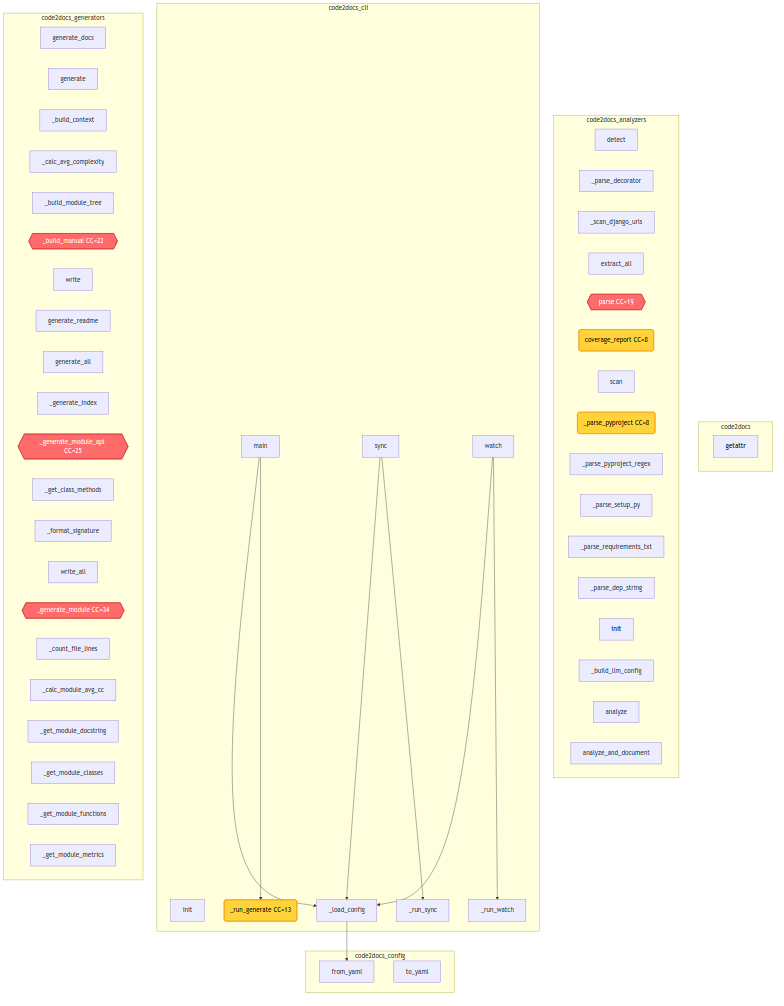
This is project/flow.png from wronai/code2docs, a Mermaid export, as it was before one commit. Its source is kept beside it as project/flow.mmd. Source of this version:
```mermaid
flowchart TD
    subgraph code2docs
        code2docs____getattr__["__getattr__"]
    end
    subgraph code2docs_analyzers
        code2docs__detect["detect"]
        code2docs___parse_decorator["_parse_decorator"]
        code2docs___scan_django_urls["_scan_django_urls"]
        code2docs__extract_all["extract_all"]
        code2docs__parse{{parse CC=19}}
        code2docs__coverage_report("coverage_report CC=8")
        code2docs__scan["scan"]
        code2docs___parse_pyproject("_parse_pyproject CC=8")
        code2docs___parse_pyproject_regex["_parse_pyproject_regex"]
        code2docs___parse_setup_py["_parse_setup_py"]
        code2docs___parse_requirements_txt["_parse_requirements_txt"]
        code2docs___parse_dep_string["_parse_dep_string"]
        code2docs____init__["__init__"]
        code2docs___build_llm_config["_build_llm_config"]
        code2docs__analyze["analyze"]
        code2docs__analyze_and_document["analyze_and_document"]
    end
    subgraph code2docs_cli
        code2docs__cli__main["main"]
        code2docs__cli__sync["sync"]
        code2docs__cli__watch["watch"]
        code2docs__cli__init["init"]
        code2docs__cli___load_config["_load_config"]
        code2docs__cli___run_generate("_run_generate CC=13")
        code2docs__cli___run_sync["_run_sync"]
        code2docs__cli___run_watch["_run_watch"]
    end
    subgraph code2docs_config
        code2docs__config__Code2DocsConfig__from_yaml["from_yaml"]
        code2docs__config__Code2DocsConfig__to_yaml["to_yaml"]
    end
    subgraph code2docs_generators
        code2docs__generators__generate_docs["generate_docs"]
        code2docs____init__["__init__"]
        code2docs__generate["generate"]
        code2docs___build_context["_build_context"]
        code2docs___calc_avg_complexity["_calc_avg_complexity"]
        code2docs___build_module_tree["_build_module_tree"]
        code2docs___build_manual{{_build_manual CC=22}}
        code2docs__write["write"]
        code2docs__generators__readme_gen__generate_readme["generate_readme"]
        code2docs____init__["__init__"]
        code2docs__generate_all["generate_all"]
        code2docs___generate_index["_generate_index"]
        code2docs___generate_module_api{{_generate_module_api CC=25}}
        code2docs___get_class_methods["_get_class_methods"]
        code2docs___format_signature["_format_signature"]
        code2docs__write_all["write_all"]
        code2docs____init__["__init__"]
        code2docs__generate_all["generate_all"]
        code2docs___generate_module{{_generate_module CC=34}}
        code2docs___count_file_lines["_count_file_lines"]
        code2docs___calc_module_avg_cc["_calc_module_avg_cc"]
        code2docs___get_module_docstring["_get_module_docstring"]
        code2docs___get_module_classes["_get_module_classes"]
        code2docs___get_module_functions["_get_module_functions"]
        code2docs___get_class_methods["_get_class_methods"]
        code2docs___get_module_metrics["_get_module_metrics"]
        code2docs__write_all["write_all"]
    end
    code2docs__cli__main --> code2docs__cli___load_config
    code2docs__cli__main --> code2docs__cli___run_generate
    code2docs__cli__sync --> code2docs__cli___load_config
    code2docs__cli__sync --> code2docs__cli___run_sync
    code2docs__cli__watch --> code2docs__cli___load_config
    code2docs__cli__watch --> code2docs__cli___run_watch
    code2docs__cli___load_config --> code2docs__config__Code2DocsConfig__from_yaml

    classDef highCC fill:#ff6b6b,stroke:#c92a2a,color:#fff
    classDef medCC fill:#ffd43b,stroke:#f08c00,color:#000
    class code2docs___build_manual,code2docs___generate_module_api,code2docs___generate_module,code2docs__parse highCC
    class code2docs__cli___run_generate,code2docs__coverage_report,code2docs___parse_pyproject medCC
```
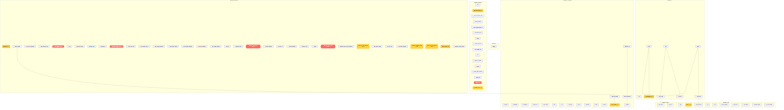
After the change.

What changed in the source:
```diff
@@ -3,22 +3,22 @@
         code2docs____getattr__["__getattr__"]
     end
     subgraph code2docs_analyzers
-        code2docs__detect["detect"]
-        code2docs___parse_decorator["_parse_decorator"]
-        code2docs___scan_django_urls["_scan_django_urls"]
-        code2docs__extract_all["extract_all"]
-        code2docs__parse{{parse CC=19}}
-        code2docs__coverage_report("coverage_report CC=8")
         code2docs__scan["scan"]
         code2docs___parse_pyproject("_parse_pyproject CC=8")
         code2docs___parse_pyproject_regex["_parse_pyproject_regex"]
         code2docs___parse_setup_py["_parse_setup_py"]
         code2docs___parse_requirements_txt["_parse_requirements_txt"]
         code2docs___parse_dep_string["_parse_dep_string"]
+        code2docs__detect["detect"]
+        code2docs___parse_decorator["_parse_decorator"]
+        code2docs___scan_django_urls["_scan_django_urls"]
         code2docs____init__["__init__"]
         code2docs___build_llm_config["_build_llm_config"]
         code2docs__analyze["analyze"]
         code2docs__analyze_and_document["analyze_and_document"]
+        code2docs__extract_all["extract_all"]
+        code2docs__parse{{parse CC=19}}
+        code2docs__coverage_report("coverage_report CC=8")
     end
     subgraph code2docs_cli
         code2docs__cli__main["main"]
@@ -34,8 +34,27 @@
         code2docs__config__Code2DocsConfig__from_yaml["from_yaml"]
         code2docs__config__Code2DocsConfig__to_yaml["to_yaml"]
     end
+    subgraph code2docs_formatters
+        code2docs____init__["__init__"]
+        code2docs__heading["heading"]
+        code2docs__paragraph["paragraph"]
+        code2docs__blockquote["blockquote"]
+        code2docs__code_block["code_block"]
+        code2docs__inline_code["inline_code"]
+        code2docs__bold["bold"]
+        code2docs__link["link"]
+        code2docs__list_item["list_item"]
+        code2docs__table["table"]
+        code2docs__separator["separator"]
+        code2docs__blank["blank"]
+        code2docs__render["render"]
+        code2docs__formatters__badges__generate_badges["generate_badges"]
+        code2docs__formatters__badges___make_badge("_make_badge CC=11")
+        code2docs__formatters__toc__generate_toc["generate_toc"]
+        code2docs__formatters__toc__extract_headings["extract_headings"]
+        code2docs__formatters__toc___slugify["_slugify"]
+    end
     subgraph code2docs_generators
-        code2docs__generators__generate_docs["generate_docs"]
         code2docs____init__["__init__"]
         code2docs__generate["generate"]
         code2docs___build_context["_build_context"]
@@ -44,13 +63,7 @@
         code2docs___build_manual{{_build_manual CC=22}}
         code2docs__write["write"]
         code2docs__generators__readme_gen__generate_readme["generate_readme"]
-        code2docs____init__["__init__"]
-        code2docs__generate_all["generate_all"]
-        code2docs___generate_index["_generate_index"]
-        code2docs___generate_module_api{{_generate_module_api CC=25}}
-        code2docs___get_class_methods["_get_class_methods"]
-        code2docs___format_signature["_format_signature"]
-        code2docs__write_all["write_all"]
+        code2docs__generators__generate_docs["generate_docs"]
         code2docs____init__["__init__"]
         code2docs__generate_all["generate_all"]
         code2docs___generate_module{{_generate_module CC=34}}
@@ -62,7 +75,48 @@
         code2docs___get_class_methods["_get_class_methods"]
         code2docs___get_module_metrics["_get_module_metrics"]
         code2docs__write_all["write_all"]
+        code2docs____init__["__init__"]
+        code2docs__generate_all["generate_all"]
+        code2docs___generate_index["_generate_index"]
+        code2docs___generate_module_api{{_generate_module_api CC=25}}
+        code2docs___get_class_methods["_get_class_methods"]
+        code2docs___format_signature["_format_signature"]
+        code2docs__write_all["write_all"]
+        code2docs____init__["__init__"]
+        code2docs__generate["generate"]
+        code2docs___get_git_log["_get_git_log"]
+        code2docs___classify_message["_classify_message"]
+        code2docs___group_by_type["_group_by_type"]
+        code2docs___render["_render"]
+        code2docs____init__["__init__"]
+        code2docs__generate_all["generate_all"]
+        code2docs___generate_basic_usage{{_generate_basic_usage CC=25}}
+        code2docs___generate_entry_point_examples["_generate_entry_point_examples"]
+        code2docs___generate_class_examples("_generate_class_examples CC=12")
+        code2docs___get_major_classes["_get_major_classes"]
+        code2docs___get_init_args["_get_init_args"]
+        code2docs___get_public_methods["_get_public_methods"]
+        code2docs__write_all["write_all"]
+        code2docs____init__["__init__"]
+        code2docs__generate("generate CC=12")
+        code2docs___generate_module_graph("_generate_module_graph CC=9")
+        code2docs___generate_class_diagram("_generate_class_diagram CC=11")
+        code2docs___detect_layers("_detect_layers CC=8")
+        code2docs___generate_metrics_table["_generate_metrics_table"]
     end
+    subgraph code2docs_sync
+        code2docs__sync__updater__Updater____init__["__init__"]
+        code2docs__sync__updater__Updater__apply("apply CC=12")
+        code2docs__sync__watcher__start_watcher["start_watcher"]
+        code2docs__sync__differ__ChangeInfo____str__["__str__"]
+        code2docs__sync__differ__Differ____init__["__init__"]
+        code2docs__sync__differ__Differ__detect_changes["detect_changes"]
+        code2docs__sync__differ__Differ__save_state["save_state"]
+        code2docs__sync__differ__Differ___load_state["_load_state"]
+        code2docs__sync__differ__Differ___compute_state["_compute_state"]
+        code2docs__sync__differ__Differ___file_to_module["_file_to_module"]
+    end
+    code2docs__formatters__badges__generate_badges --> code2docs__formatters__badges___make_badge
     code2docs__cli__main --> code2docs__cli___load_config
     code2docs__cli__main --> code2docs__cli___run_generate
     code2docs__cli__sync --> code2docs__cli___load_config
@@ -70,8 +124,12 @@
     code2docs__cli__watch --> code2docs__cli___load_config
     code2docs__cli__watch --> code2docs__cli___run_watch
     code2docs__cli___load_config --> code2docs__config__Code2DocsConfig__from_yaml
+    code2docs__cli___run_watch --> code2docs__sync__watcher__start_watcher
+    code2docs__formatters__toc__generate_toc --> code2docs__formatters__toc__extract_headings
+    code2docs__formatters__toc__extract_headings --> code2docs__formatters__toc___slugify
+    code2docs___build_context --> code2docs__formatters__badges__generate_badges
 
     classDef highCC fill:#ff6b6b,stroke:#c92a2a,color:#fff
     classDef medCC fill:#ffd43b,stroke:#f08c00,color:#000
-    class code2docs___build_manual,code2docs___generate_module_api,code2docs___generate_module,code2docs__parse highCC
-    class code2docs__cli___run_generate,code2docs__coverage_report,code2docs___parse_pyproject medCC
+    class code2docs___build_manual,code2docs___generate_module,code2docs___generate_module_api,code2docs___generate_basic_usage,code2docs__parse highCC
+    class code2docs__sync__updater__Updater__apply,code2docs__formatters__badges___make_badge,code2docs__cli___run_generate,code2docs___generate_class_examples,code2docs__generate,code2docs___generate_module_graph,code2docs___generate_class_diagram,code2docs___detect_layers,code2docs___parse_pyproject,code2docs__coverage_report medCC
```
